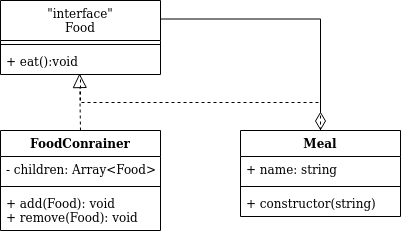
ilsrbn/design-patterns keeps this draw.io diagram as 2structural/3composite/diagram.png. Above is the earlier version. Source tidied: cells renumbered, new cells last; positions are measured from the earlier drawing's top-left corner, leaving out a move shared by most shapes.
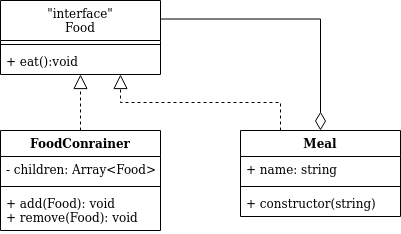
After the commit.

The edit, as a diff of the source:
```diff
@@ -35,15 +35,14 @@
     <mxCell id="12" value="+ eat():void" style="text;strokeColor=none;fillColor=none;align=left;verticalAlign=top;spacingLeft=4;spacingRight=4;overflow=hidden;points=[[0,0.5],[1,0.5]];portConstraint=eastwest;" parent="10" vertex="1">
       <mxGeometry y="48" width="160" height="26" as="geometry" />
     </mxCell>
-    <mxCell id="13" style="endArrow=block;dashed=1;endFill=0;endSize=12;html=1;exitX=0.5;exitY=0;exitDx=0;exitDy=0;entryX=0.494;entryY=0.962;entryDx=0;entryDy=0;entryPerimeter=0;" parent="1" edge="1" source="2" target="12">
+    <mxCell id="13" style="endArrow=block;dashed=1;endFill=0;endSize=12;html=1;exitX=0.5;exitY=0;exitDx=0;exitDy=0;" parent="1" edge="1" source="2" target="12">
       <mxGeometry relative="1" as="geometry" />
     </mxCell>
-    <mxCell id="14" style="endArrow=none;dashed=1;endFill=0;endSize=12;html=1;exitX=0.5;exitY=0;exitDx=0;exitDy=0;edgeStyle=orthogonalEdgeStyle;rounded=0;" parent="1" edge="1" source="6">
+    <mxCell id="14" style="endArrow=block;dashed=1;endFill=0;endSize=12;html=1;exitX=0.25;exitY=0;exitDx=0;exitDy=0;edgeStyle=orthogonalEdgeStyle;rounded=0;startArrow=none;startFill=0;" parent="1" edge="1" source="6" target="12">
       <mxGeometry relative="1" as="geometry">
-        <mxPoint x="80" y="75" as="targetPoint" />
         <Array as="points">
-          <mxPoint x="320" y="102" />
-          <mxPoint x="80" y="102" />
+          <mxPoint x="280" y="102" />
+          <mxPoint x="120" y="102" />
         </Array>
       </mxGeometry>
     </mxCell>
```
